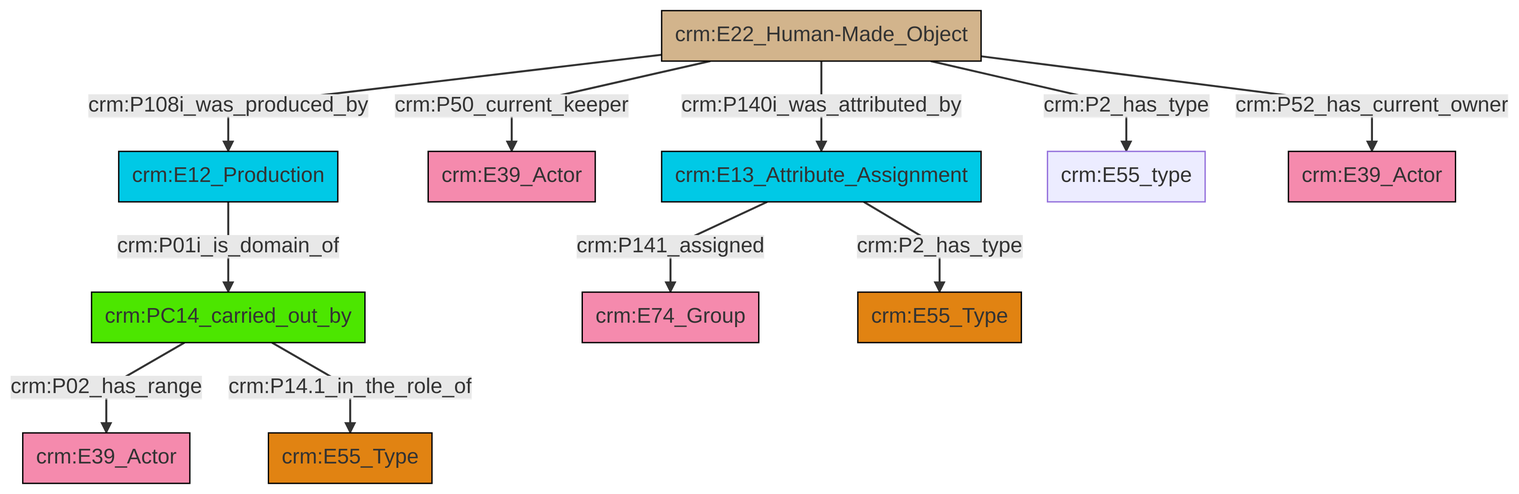
Above: et/artworkCSV/ttl/mmd/png/Artwork_Actor_Relations.png in swiss-art-research-net/reference-data-models (Mermaid), before the change. Its source is kept beside it as et/artworkCSV/ttl/mmd/Artwork_Actor_Relations.ttl.mmd.
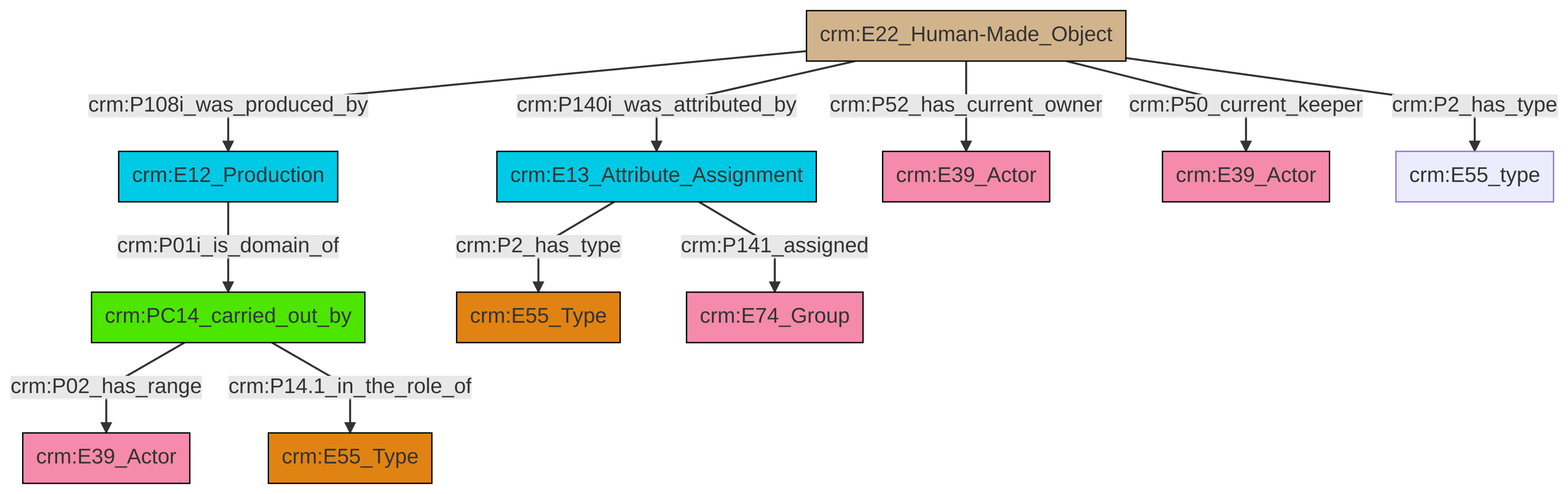
Above is the later version.

What changed in the source:
```diff
@@ -13,13 +13,13 @@
 classDef PC_Classes fill:#4ce600, stroke:#000000;
 classDef Multi fill:#cccccc,stroke:#000000;
 
-0["crm:E13_Attribute_Assignment"]:::Temporal_Entity -->|crm:P141_assigned| 1["crm:E74_Group"]:::Actor
-6["crm:PC14_carried_out_by"]:::PC_Classes -->|crm:P02_has_range| 2["crm:E39_Actor"]:::Actor
-4["crm:E22_Human-Made_Object"]:::Physical_Thing -->|crm:P108i_was_produced_by| 7["crm:E12_Production"]:::Temporal_Entity
-0["crm:E13_Attribute_Assignment"]:::Temporal_Entity -->|crm:P2_has_type| 10["crm:E55_Type"]:::Type
-4["crm:E22_Human-Made_Object"]:::Physical_Thing -->|crm:P50_current_keeper| 11["crm:E39_Actor"]:::Actor
-4["crm:E22_Human-Made_Object"]:::Physical_Thing -->|crm:P140i_was_attributed_by| 0["crm:E13_Attribute_Assignment"]:::Temporal_Entity
-4["crm:E22_Human-Made_Object"]:::Physical_Thing -->|crm:P2_has_type| 15["crm:E55_type"]:::Default
-4["crm:E22_Human-Made_Object"]:::Physical_Thing -->|crm:P52_has_current_owner| 18["crm:E39_Actor"]:::Actor
-7["crm:E12_Production"]:::Temporal_Entity -->|crm:P01i_is_domain_of| 6["crm:PC14_carried_out_by"]:::PC_Classes
-6["crm:PC14_carried_out_by"]:::PC_Classes -->|crm:P14.1_in_the_role_of| 8["crm:E55_Type"]:::Type
+6["crm:E22_Human-Made_Object"]:::Physical_Thing -->|crm:P108i_was_produced_by| 7["crm:E12_Production"]:::Temporal_Entity
+6["crm:E22_Human-Made_Object"]:::Physical_Thing -->|crm:P140i_was_attributed_by| 8["crm:E13_Attribute_Assignment"]:::Temporal_Entity
+8["crm:E13_Attribute_Assignment"]:::Temporal_Entity -->|crm:P2_has_type| 9["crm:E55_Type"]:::Type
+10["crm:PC14_carried_out_by"]:::PC_Classes -->|crm:P02_has_range| 4["crm:E39_Actor"]:::Actor
+10["crm:PC14_carried_out_by"]:::PC_Classes -->|crm:P14.1_in_the_role_of| 12["crm:E55_Type"]:::Type
+6["crm:E22_Human-Made_Object"]:::Physical_Thing -->|crm:P52_has_current_owner| 0["crm:E39_Actor"]:::Actor
+6["crm:E22_Human-Made_Object"]:::Physical_Thing -->|crm:P50_current_keeper| 13["crm:E39_Actor"]:::Actor
+6["crm:E22_Human-Made_Object"]:::Physical_Thing -->|crm:P2_has_type| 2["crm:E55_type"]:::Default
+8["crm:E13_Attribute_Assignment"]:::Temporal_Entity -->|crm:P141_assigned| 15["crm:E74_Group"]:::Actor
+7["crm:E12_Production"]:::Temporal_Entity -->|crm:P01i_is_domain_of| 10["crm:PC14_carried_out_by"]:::PC_Classes
```
